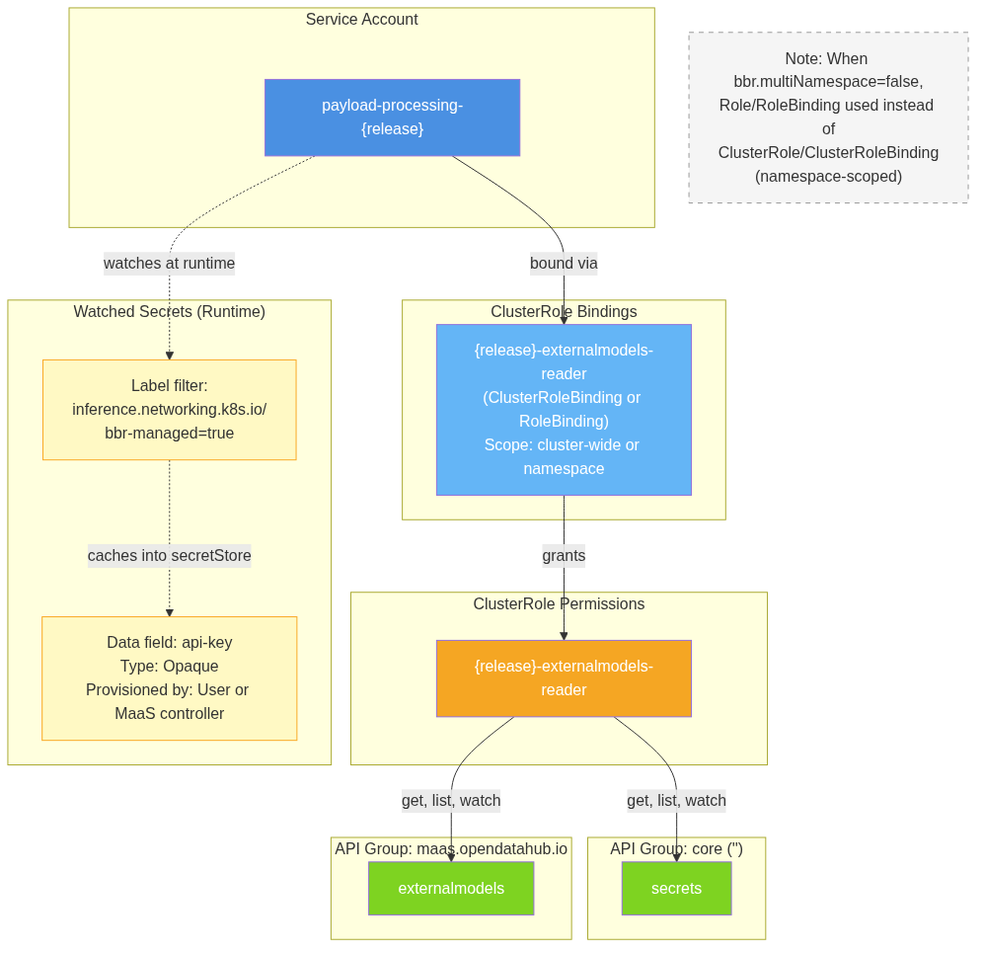
Above: architecture/rhoai.next/diagrams/ai-gateway-payload-processing-rbac.png in rhuss/architecture-context (Mermaid), before the change. Its source is kept beside it as architecture/rhoai.next/diagrams/ai-gateway-payload-processing-rbac.mmd.
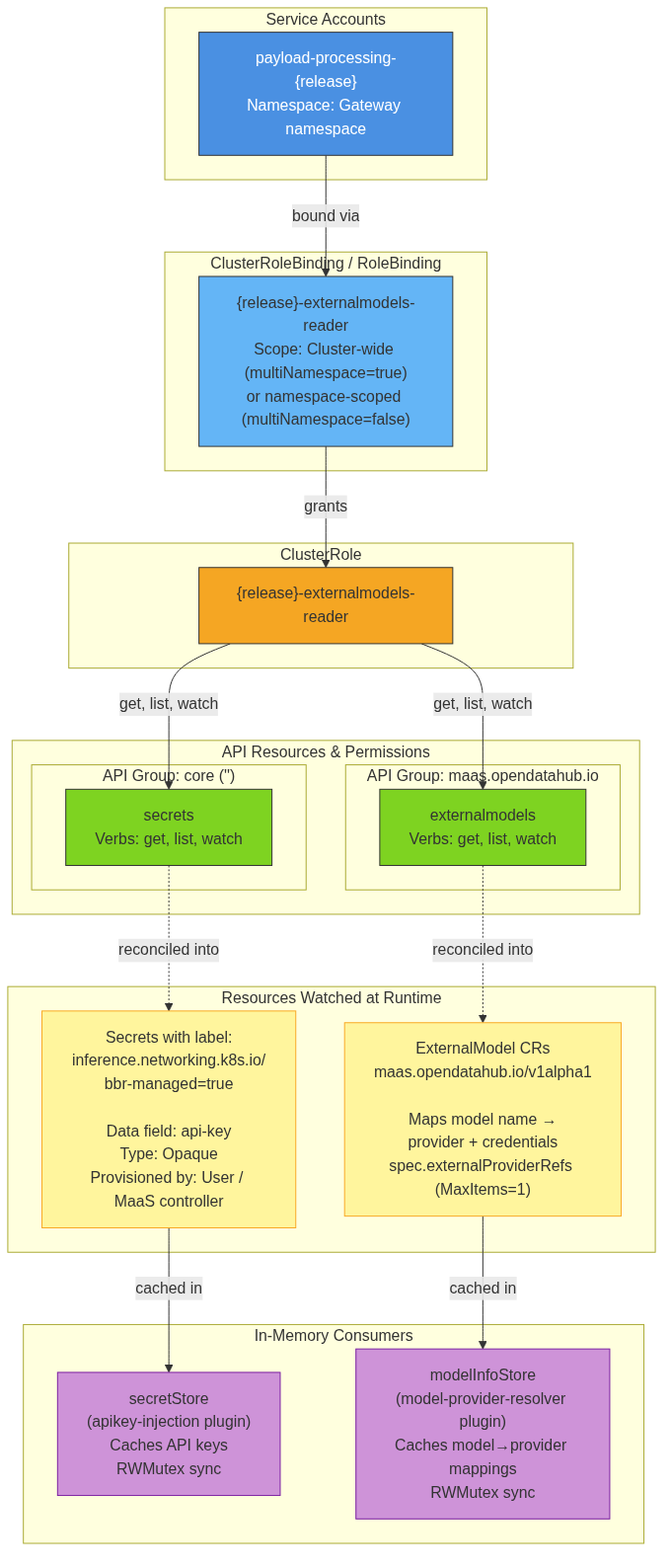
Later version of the same file.

Change to the diagram source:
```diff
@@ -1,46 +1,52 @@
 graph TD
-    subgraph ServiceAccounts["Service Account"]
-        SA["payload-processing-{release}"]
+    subgraph ServiceAccounts["Service Accounts"]
+        SA["payload-processing-{release}<br/>Namespace: Gateway namespace"]
     end
 
-    subgraph Bindings["ClusterRole Bindings"]
-        CRB["{release}-externalmodels-reader<br/>(ClusterRoleBinding or RoleBinding)<br/>Scope: cluster-wide or namespace"]
+    subgraph Bindings["ClusterRoleBinding / RoleBinding"]
+        CRB["{release}-externalmodels-reader<br/>Scope: Cluster-wide (multiNamespace=true)<br/>or namespace-scoped (multiNamespace=false)"]
     end
 
-    subgraph ClusterRoles["ClusterRole Permissions"]
+    subgraph ClusterRoles["ClusterRole"]
         CR["{release}-externalmodels-reader"]
     end
 
-    subgraph CoreResources["API Group: core ('')"]
-        Secrets["secrets"]
+    subgraph APIResources["API Resources & Permissions"]
+        subgraph CoreAPI["API Group: core ('')"]
+            Secrets["secrets<br/>Verbs: get, list, watch"]
+        end
+
+        subgraph MaaSAPI["API Group: maas.opendatahub.io"]
+            ExternalModels["externalmodels<br/>Verbs: get, list, watch"]
+        end
     end
 
-    subgraph MaaSResources["API Group: maas.opendatahub.io"]
-        ExternalModels["externalmodels"]
+    subgraph WatchedResources["Resources Watched at Runtime"]
+        LabeledSecrets["Secrets with label:<br/>inference.networking.k8s.io/<br/>bbr-managed=true<br/><br/>Data field: api-key<br/>Type: Opaque<br/>Provisioned by: User / MaaS controller"]
+        ExternalModelCRs["ExternalModel CRs<br/>maas.opendatahub.io/v1alpha1<br/><br/>Maps model name →<br/>provider + credentials<br/>spec.externalProviderRefs (MaxItems=1)"]
     end
 
-    subgraph ProviderSecrets["Watched Secrets (Runtime)"]
-        direction LR
-        LabelFilter["Label filter:<br/>inference.networking.k8s.io/<br/>bbr-managed=true"]
-        SecretData["Data field: api-key<br/>Type: Opaque<br/>Provisioned by: User or MaaS controller"]
+    subgraph Consumers["In-Memory Consumers"]
+        SecretStore["secretStore<br/>(apikey-injection plugin)<br/>Caches API keys<br/>RWMutex sync"]
+        ModelInfoStore["modelInfoStore<br/>(model-provider-resolver plugin)<br/>Caches model→provider mappings<br/>RWMutex sync"]
     end
 
     SA -->|"bound via"| CRB
     CRB -->|"grants"| CR
-
     CR -->|"get, list, watch"| Secrets
     CR -->|"get, list, watch"| ExternalModels
 
-    SA -.->|"watches at runtime"| LabelFilter
-    LabelFilter -.->|"caches into secretStore"| SecretData
+    Secrets -.->|"reconciled into"| LabeledSecrets
+    ExternalModels -.->|"reconciled into"| ExternalModelCRs
+    LabeledSecrets -->|"cached in"| SecretStore
+    ExternalModelCRs -->|"cached in"| ModelInfoStore
 
-    Note["Note: When bbr.multiNamespace=false,<br/>Role/RoleBinding used instead of<br/>ClusterRole/ClusterRoleBinding<br/>(namespace-scoped)"]
-
-    style SA fill:#4a90e2,color:#fff
-    style CRB fill:#64b5f6,color:#fff
-    style CR fill:#f5a623,color:#fff
-    style Secrets fill:#7ed321,color:#fff
-    style ExternalModels fill:#7ed321,color:#fff
-    style LabelFilter fill:#fff9c4,stroke:#f9a825
-    style SecretData fill:#fff9c4,stroke:#f9a825
-    style Note fill:#f5f5f5,stroke:#999,stroke-dasharray: 5 5
+    style SA fill:#4a90e2,stroke:#333,color:#fff
+    style CRB fill:#64b5f6,stroke:#333
+    style CR fill:#f5a623,stroke:#333
+    style Secrets fill:#7ed321,stroke:#333
+    style ExternalModels fill:#7ed321,stroke:#333
+    style LabeledSecrets fill:#fff59d,stroke:#f9a825
+    style ExternalModelCRs fill:#fff59d,stroke:#f9a825
+    style SecretStore fill:#ce93d8,stroke:#7b1fa2
+    style ModelInfoStore fill:#ce93d8,stroke:#7b1fa2
```
